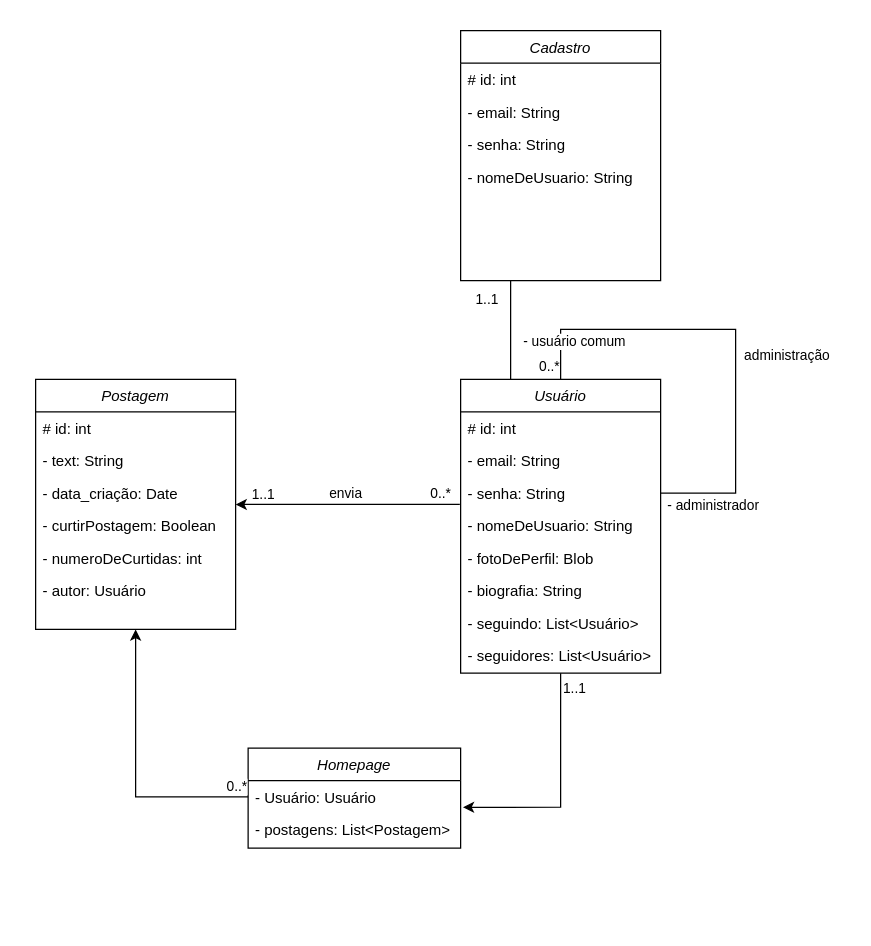
This is misc/diagramas/Diagrama de Classe/Diagrama de Classe.drawio from VerbalThree/OpenVoice, a draw.io file, before an edit. Source tidied: cells renumbered, new cells numbered last; positions are measured from the earlier drawing's top-left corner, leaving out a move shared by most shapes. Both pictures are drawn from the tidied source at 125%, with x=0, y=0 at pixel (35, 30).
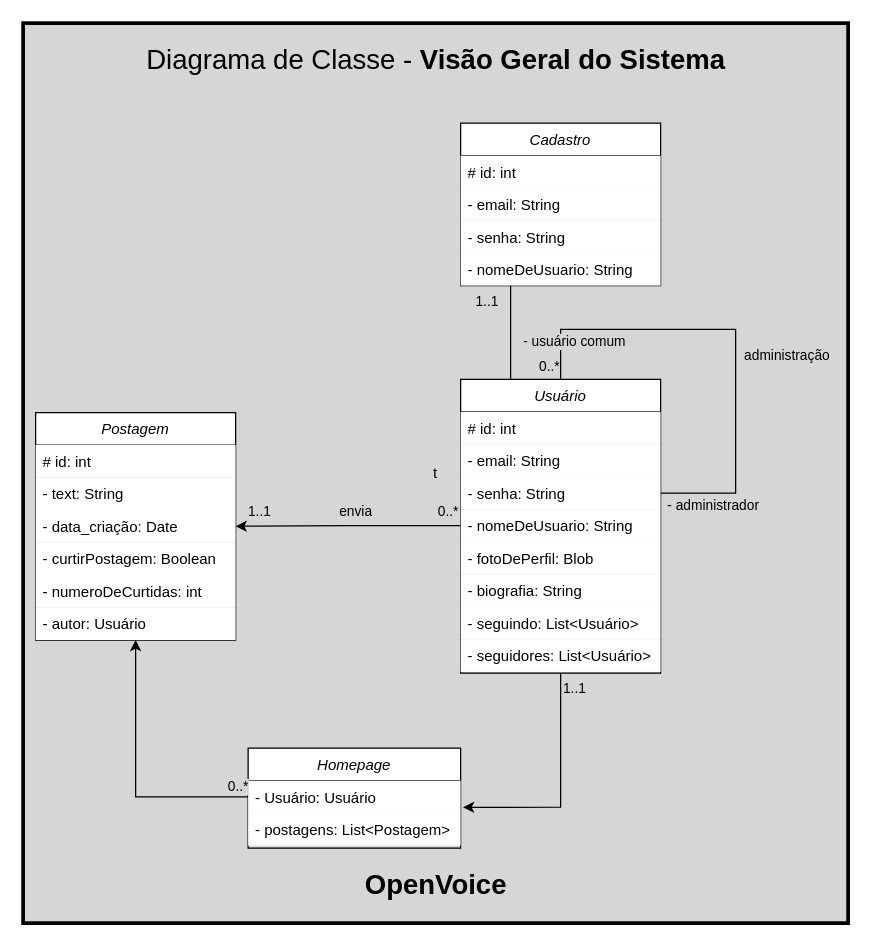
The same diagram, later.

The change refers to these unchanged cells:
```xml
<mxCell id="2" value="Usuário" style="swimlane;fontStyle=2;align=center;verticalAlign=top;horizontal=1;startSize=26;rounded=0;shadow=0;strokeWidth=1;" parent="1" vertex="1">
  <mxGeometry x="340" y="279" width="160" height="235" as="geometry" />
</mxCell>
<mxCell id="6" style="endArrow=none;html=1;rounded=0;exitX=1;exitY=0.5;exitDx=0;exitDy=0;entryX=0.5;entryY=0;entryDx=0;entryDy=0;" parent="2" edge="1" source="5" target="2">
  <mxGeometry relative="1" as="geometry">
    <Array as="points">
      <mxPoint x="220" y="91" />
      <mxPoint x="220" y="-40" />
      <mxPoint x="80" y="-40" />
    </Array>
  </mxGeometry>
</mxCell>
<mxCell id="31" style="endArrow=none;html=1;rounded=0;entryX=0.25;entryY=1;entryDx=0;entryDy=0;exitX=0.25;exitY=0;exitDx=0;exitDy=0;" parent="1" edge="1" source="2" target="26">
  <mxGeometry relative="1" as="geometry" />
</mxCell>
<mxCell id="34" value="Homepage" style="swimlane;fontStyle=2;align=center;verticalAlign=top;horizontal=1;startSize=26;rounded=0;shadow=0;strokeWidth=1;" parent="1" vertex="1">
  <mxGeometry x="170" y="574" width="170" height="80" as="geometry" />
</mxCell>
<mxCell id="37" style="edgeStyle=orthogonalEdgeStyle;rounded=0;jettySize=auto;html=1;entryX=1.011;entryY=0.82;entryDx=0;entryDy=0;entryPerimeter=0;" parent="1" edge="1" source="2" target="35">
  <mxGeometry relative="1" as="geometry" />
</mxCell>
<mxCell id="39" style="edgeStyle=orthogonalEdgeStyle;rounded=0;jettySize=auto;html=1;entryX=0.5;entryY=1;entryDx=0;entryDy=0;" parent="1" edge="1" source="35" target="15">
  <mxGeometry relative="1" as="geometry" />
</mxCell>
```

The edit, as a diff of the source:
```diff
@@
+    <mxCell id="41" value="t" style="rounded=0;whiteSpace=wrap;html=1;font-weight:bold;strokeWidth=3;perimeterSpacing=0;fillColor=#D6D6D6;fillStyle=solid;" parent="1" vertex="1">
+      <mxGeometry x="-10" y="-6" width="660" height="720" as="geometry" />
+    </mxCell>
@@
-    <mxCell id="3" value="# id: int" style="text;align=left;verticalAlign=top;spacingLeft=4;spacingRight=4;overflow=hidden;" parent="2" vertex="1">
+    <mxCell id="3" value="# id: int" style="text;align=left;verticalAlign=top;spacingLeft=4;spacingRight=4;overflow=hidden;fillColor=default;" parent="2" vertex="1">
       <mxGeometry y="26" width="160" height="26" as="geometry" />
     </mxCell>
-    <mxCell id="4" value="- email: String" style="text;align=left;verticalAlign=top;spacingLeft=4;spacingRight=4;overflow=hidden;rounded=0;shadow=0;html=0;" parent="2" vertex="1">
+    <mxCell id="4" value="- email: String" style="text;align=left;verticalAlign=top;spacingLeft=4;spacingRight=4;overflow=hidden;rounded=0;shadow=0;html=0;fillColor=default;" parent="2" vertex="1">
       <mxGeometry y="52" width="160" height="26" as="geometry" />
     </mxCell>
-    <mxCell id="5" value="- senha: String" style="text;align=left;verticalAlign=top;spacingLeft=4;spacingRight=4;overflow=hidden;points=[[0,0.5],[1,0.5]];portConstraint=eastwest;rounded=0;shadow=0;html=0;" parent="2" vertex="1">
+    <mxCell id="5" value="- senha: String" style="text;align=left;verticalAlign=top;spacingLeft=4;spacingRight=4;overflow=hidden;points=[[0,0.5],[1,0.5]];portConstraint=eastwest;rounded=0;shadow=0;html=0;fillColor=default;" parent="2" vertex="1">
       <mxGeometry y="78" width="160" height="26" as="geometry" />
     </mxCell>
@@
-    <mxCell id="7" value="administração" style="edgeLabel;html=1;align=center;verticalAlign=middle;" parent="6" vertex="1">
+    <mxCell id="7" value="administração" style="edgeLabel;html=1;align=center;verticalAlign=middle;labelBackgroundColor=#d6d6d6;" parent="6" vertex="1">
       <mxGeometry x="-0.16" relative="1" as="geometry">
         <mxPoint x="40" y="-15" as="offset" />
       </mxGeometry>
     </mxCell>
-    <mxCell id="8" value="- administrador" style="edgeLabel;html=1;align=center;verticalAlign=middle;" parent="6" vertex="1">
+    <mxCell id="8" value="- administrador" style="edgeLabel;html=1;align=center;verticalAlign=middle;labelBackgroundColor=#d6d6d6;" parent="6" vertex="1">
       <mxGeometry x="-0.92" relative="1" as="geometry">
         <mxPoint x="26" y="9" as="offset" />
       </mxGeometry>
     </mxCell>
-    <mxCell id="9" value="- usuário comum" style="edgeLabel;html=1;align=center;verticalAlign=middle;" parent="6" vertex="1">
+    <mxCell id="9" value="- usuário comum" style="edgeLabel;html=1;align=center;verticalAlign=middle;labelBackgroundColor=#d6d6d6;" parent="6" vertex="1">
       <mxGeometry x="0.87" y="-1" relative="1" as="geometry">
         <mxPoint x="11" y="-7" as="offset" />
       </mxGeometry>
     </mxCell>
-    <mxCell id="10" value="0..*" style="edgeLabel;html=1;align=center;verticalAlign=middle;" parent="6" vertex="1">
+    <mxCell id="10" value="0..*" style="edgeLabel;html=1;align=center;verticalAlign=middle;labelBackgroundColor=#d6d6d6;" parent="6" vertex="1">
       <mxGeometry x="0.94" y="1" relative="1" as="geometry">
         <mxPoint x="-11" as="offset" />
       </mxGeometry>
     </mxCell>
-    <mxCell id="11" value="- nomeDeUsuario: String" style="text;align=left;verticalAlign=top;spacingLeft=4;spacingRight=4;overflow=hidden;points=[[0,0.5],[1,0.5]];portConstraint=eastwest;rounded=0;shadow=0;html=0;" parent="2" vertex="1">
+    <mxCell id="11" value="- nomeDeUsuario: String" style="text;align=left;verticalAlign=top;spacingLeft=4;spacingRight=4;overflow=hidden;points=[[0,0.5],[1,0.5]];portConstraint=eastwest;rounded=0;shadow=0;html=0;fillColor=default;" parent="2" vertex="1">
       <mxGeometry y="104" width="160" height="26" as="geometry" />
     </mxCell>
-    <mxCell id="12" value="- fotoDePerfil: Blob" style="text;align=left;verticalAlign=top;spacingLeft=4;spacingRight=4;overflow=hidden;rounded=0;shadow=0;html=0;" parent="2" vertex="1">
+    <mxCell id="12" value="- fotoDePerfil: Blob" style="text;align=left;verticalAlign=top;spacingLeft=4;spacingRight=4;overflow=hidden;rounded=0;shadow=0;html=0;fillColor=default;" parent="2" vertex="1">
       <mxGeometry y="130" width="160" height="26" as="geometry" />
     </mxCell>
-    <mxCell id="13" value="- biografia: String" style="text;align=left;verticalAlign=top;spacingLeft=4;spacingRight=4;overflow=hidden;rounded=0;shadow=0;html=0;" parent="2" vertex="1">
+    <mxCell id="13" value="- biografia: String" style="text;align=left;verticalAlign=top;spacingLeft=4;spacingRight=4;overflow=hidden;rounded=0;shadow=0;html=0;fillColor=default;" parent="2" vertex="1">
       <mxGeometry y="156" width="160" height="26" as="geometry" />
     </mxCell>
-    <mxCell id="14" value="- seguindo: List&lt;Usuário&gt;" style="text;align=left;verticalAlign=top;spacingLeft=4;spacingRight=4;overflow=hidden;rounded=0;shadow=0;html=0;" parent="2" vertex="1">
+    <mxCell id="14" value="- seguindo: List&lt;Usuário&gt;" style="text;align=left;verticalAlign=top;spacingLeft=4;spacingRight=4;overflow=hidden;rounded=0;shadow=0;html=0;fillColor=default;" parent="2" vertex="1">
       <mxGeometry y="182" width="160" height="26" as="geometry" />
     </mxCell>
-    <mxCell id="15" value="Postagem" style="swimlane;fontStyle=2;align=center;verticalAlign=top;horizontal=1;startSize=26;rounded=0;shadow=0;strokeWidth=1;" parent="1" vertex="1">
-      <mxGeometry y="279" width="160" height="200" as="geometry" />
+    <mxCell id="15" value="Postagem" style="swimlane;fontStyle=2;align=center;verticalAlign=top;horizontal=1;startSize=26;rounded=0;shadow=0;strokeWidth=1;fillColor=default;" parent="1" vertex="1">
+      <mxGeometry y="305.5" width="160" height="182" as="geometry" />
     </mxCell>
-    <mxCell id="16" value="# id: int" style="text;align=left;verticalAlign=top;spacingLeft=4;spacingRight=4;overflow=hidden;" parent="15" vertex="1">
+    <mxCell id="16" value="# id: int" style="text;align=left;verticalAlign=top;spacingLeft=4;spacingRight=4;overflow=hidden;fillColor=default;strokeWidth=1;perimeterSpacing=0;" parent="15" vertex="1">
       <mxGeometry y="26" width="160" height="26" as="geometry" />
     </mxCell>
-    <mxCell id="17" value="- text: String" style="text;align=left;verticalAlign=top;spacingLeft=4;spacingRight=4;overflow=hidden;rounded=0;shadow=0;html=0;" parent="15" vertex="1">
+    <mxCell id="17" value="- text: String" style="text;align=left;verticalAlign=top;spacingLeft=4;spacingRight=4;overflow=hidden;rounded=0;shadow=0;html=0;fillColor=default;" parent="15" vertex="1">
       <mxGeometry y="52" width="160" height="26" as="geometry" />
     </mxCell>
-    <mxCell id="18" value="- data_criação: Date" style="text;align=left;verticalAlign=top;spacingLeft=4;spacingRight=4;overflow=hidden;rounded=0;shadow=0;html=0;" parent="15" vertex="1">
+    <mxCell id="18" value="- data_criação: Date" style="text;align=left;verticalAlign=top;spacingLeft=4;spacingRight=4;overflow=hidden;rounded=0;shadow=0;html=0;fillColor=default;" parent="15" vertex="1">
       <mxGeometry y="78" width="160" height="26" as="geometry" />
     </mxCell>
-    <mxCell id="19" value="- curtirPostagem: Boolean" style="text;align=left;verticalAlign=top;spacingLeft=4;spacingRight=4;overflow=hidden;rounded=0;shadow=0;html=0;" parent="15" vertex="1">
+    <mxCell id="19" value="- curtirPostagem: Boolean" style="text;align=left;verticalAlign=top;spacingLeft=4;spacingRight=4;overflow=hidden;rounded=0;shadow=0;html=0;fillColor=default;" parent="15" vertex="1">
       <mxGeometry y="104" width="160" height="26" as="geometry" />
     </mxCell>
-    <mxCell id="20" value="- numeroDeCurtidas: int" style="text;align=left;verticalAlign=top;spacingLeft=4;spacingRight=4;overflow=hidden;rounded=0;shadow=0;html=0;" parent="15" vertex="1">
+    <mxCell id="20" value="- numeroDeCurtidas: int" style="text;align=left;verticalAlign=top;spacingLeft=4;spacingRight=4;overflow=hidden;rounded=0;shadow=0;html=0;fillColor=default;" parent="15" vertex="1">
       <mxGeometry y="130" width="160" height="26" as="geometry" />
     </mxCell>
-    <mxCell id="21" value="- autor: Usuário" style="text;align=left;verticalAlign=top;spacingLeft=4;spacingRight=4;overflow=hidden;rounded=0;shadow=0;html=0;" parent="15" vertex="1">
+    <mxCell id="21" value="- autor: Usuário" style="text;align=left;verticalAlign=top;spacingLeft=4;spacingRight=4;overflow=hidden;rounded=0;shadow=0;html=0;fillColor=default;" parent="15" vertex="1">
       <mxGeometry y="156" width="160" height="26" as="geometry" />
     </mxCell>
-    <mxCell id="22" style="edgeStyle=orthogonalEdgeStyle;rounded=0;jettySize=auto;html=1;entryX=-0.004;entryY=0.848;entryDx=0;entryDy=0;entryPerimeter=0;startArrow=classic;startFill=1;endArrow=none;endFill=0;" parent="1" edge="1" source="15" target="5">
-      <mxGeometry relative="1" as="geometry" />
-    </mxCell>
-    <mxCell id="23" value="1..1" style="edgeLabel;html=1;align=center;verticalAlign=middle;" parent="22" vertex="1">
-      <mxGeometry x="-0.69" y="1" relative="1" as="geometry">
-        <mxPoint x="-7" y="-8" as="offset" />
-      </mxGeometry>
-    </mxCell>
-    <mxCell id="24" value="0..*" style="edgeLabel;html=1;align=center;verticalAlign=middle;" parent="22" vertex="1">
-      <mxGeometry x="0.78" y="1" relative="1" as="geometry">
-        <mxPoint x="3" y="-9" as="offset" />
-      </mxGeometry>
-    </mxCell>
-    <mxCell id="25" value="envia" style="edgeLabel;html=1;align=center;verticalAlign=middle;" parent="22" vertex="1">
-      <mxGeometry x="-0.03" relative="1" as="geometry">
-        <mxPoint y="-10" as="offset" />
-      </mxGeometry>
-    </mxCell>
     <mxCell id="26" value="Cadastro" style="swimlane;fontStyle=2;align=center;verticalAlign=top;horizontal=1;startSize=26;rounded=0;shadow=0;strokeWidth=1;" parent="1" vertex="1">
-      <mxGeometry x="340" width="160" height="200" as="geometry" />
+      <mxGeometry x="340" y="74" width="160" height="130" as="geometry" />
     </mxCell>
-    <mxCell id="27" value="# id: int" style="text;align=left;verticalAlign=top;spacingLeft=4;spacingRight=4;overflow=hidden;" parent="26" vertex="1">
+    <mxCell id="27" value="# id: int" style="text;align=left;verticalAlign=top;spacingLeft=4;spacingRight=4;overflow=hidden;fillColor=default;" parent="26" vertex="1">
       <mxGeometry y="26" width="160" height="26" as="geometry" />
     </mxCell>
-    <mxCell id="28" value="- email: String" style="text;align=left;verticalAlign=top;spacingLeft=4;spacingRight=4;overflow=hidden;rounded=0;shadow=0;html=0;" parent="26" vertex="1">
+    <mxCell id="28" value="- email: String" style="text;align=left;verticalAlign=top;spacingLeft=4;spacingRight=4;overflow=hidden;rounded=0;shadow=0;html=0;fillColor=default;" parent="26" vertex="1">
       <mxGeometry y="52" width="160" height="26" as="geometry" />
     </mxCell>
-    <mxCell id="29" value="- senha: String" style="text;align=left;verticalAlign=top;spacingLeft=4;spacingRight=4;overflow=hidden;rounded=0;shadow=0;html=0;" parent="26" vertex="1">
+    <mxCell id="29" value="- senha: String" style="text;align=left;verticalAlign=top;spacingLeft=4;spacingRight=4;overflow=hidden;rounded=0;shadow=0;html=0;fillColor=default;" parent="26" vertex="1">
       <mxGeometry y="78" width="160" height="26" as="geometry" />
     </mxCell>
-    <mxCell id="30" value="- nomeDeUsuario: String" style="text;align=left;verticalAlign=top;spacingLeft=4;spacingRight=4;overflow=hidden;rounded=0;shadow=0;html=0;" parent="26" vertex="1">
+    <mxCell id="30" value="- nomeDeUsuario: String" style="text;align=left;verticalAlign=top;spacingLeft=4;spacingRight=4;overflow=hidden;rounded=0;shadow=0;html=0;fillColor=default;" parent="26" vertex="1">
       <mxGeometry y="104" width="160" height="26" as="geometry" />
     </mxCell>
@@
-    <mxCell id="32" value="1..1" style="edgeLabel;html=1;align=center;verticalAlign=middle;" parent="31" vertex="1">
+    <mxCell id="32" value="1..1" style="edgeLabel;html=1;align=center;verticalAlign=middle;labelBackgroundColor=#d6d6d6;" parent="31" vertex="1">
       <mxGeometry x="0.35" relative="1" as="geometry">
         <mxPoint x="-20" y="-12" as="offset" />
       </mxGeometry>
     </mxCell>
-    <mxCell id="33" value="- seguidores: List&lt;Usuário&gt;" style="text;align=left;verticalAlign=top;spacingLeft=4;spacingRight=4;overflow=hidden;rounded=0;shadow=0;html=0;" parent="1" vertex="1">
+    <mxCell id="33" value="- seguidores: List&lt;Usuário&gt;" style="text;align=left;verticalAlign=top;spacingLeft=4;spacingRight=4;overflow=hidden;rounded=0;shadow=0;html=0;fillColor=default;" parent="1" vertex="1">
       <mxGeometry x="340" y="487" width="160" height="26" as="geometry" />
     </mxCell>
@@
-    <mxCell id="35" value="- Usuário: Usuário" style="text;align=left;verticalAlign=top;spacingLeft=4;spacingRight=4;overflow=hidden;points=[[0,0.5],[1,0.5]];portConstraint=eastwest;" parent="34" vertex="1">
+    <mxCell id="35" value="- Usuário: Usuário" style="text;align=left;verticalAlign=top;spacingLeft=4;spacingRight=4;overflow=hidden;points=[[0,0.5],[1,0.5]];portConstraint=eastwest;fillColor=default;" parent="34" vertex="1">
       <mxGeometry y="26" width="170" height="26" as="geometry" />
     </mxCell>
-    <mxCell id="36" value="- postagens: List&lt;Postagem&gt;" style="text;align=left;verticalAlign=top;spacingLeft=4;spacingRight=4;overflow=hidden;" parent="34" vertex="1">
+    <mxCell id="36" value="- postagens: List&lt;Postagem&gt;" style="text;align=left;verticalAlign=top;spacingLeft=4;spacingRight=4;overflow=hidden;fillColor=default;" parent="34" vertex="1">
       <mxGeometry y="52" width="170" height="26" as="geometry" />
     </mxCell>
@@
-    <mxCell id="38" value="1..1" style="edgeLabel;html=1;align=center;verticalAlign=middle;" parent="37" vertex="1">
+    <mxCell id="38" value="1..1" style="edgeLabel;html=1;align=center;verticalAlign=middle;labelBackgroundColor=#d6d6d6;" parent="37" vertex="1">
       <mxGeometry x="-0.69" relative="1" as="geometry">
         <mxPoint x="10" y="-18" as="offset" />
       </mxGeometry>
     </mxCell>
@@
-    <mxCell id="40" value="0..*" style="edgeLabel;html=1;align=center;verticalAlign=middle;" parent="39" vertex="1">
+    <mxCell id="40" value="0..*" style="edgeLabel;html=1;align=center;verticalAlign=middle;labelBackgroundColor=#d6d6d6;" parent="39" vertex="1">
       <mxGeometry x="-0.87" relative="1" as="geometry">
         <mxPoint x="5" y="-9" as="offset" />
       </mxGeometry>
     </mxCell>
+    <mxCell id="42" style="edgeStyle=orthogonalEdgeStyle;rounded=0;jettySize=auto;html=1;exitX=0;exitY=0.5;exitDx=0;exitDy=0;entryX=1;entryY=0.5;entryDx=0;entryDy=0;" parent="1" edge="1" source="11" target="15">
+      <mxGeometry relative="1" as="geometry" />
+    </mxCell>
+    <mxCell id="25" value="envia" style="edgeLabel;html=1;align=center;verticalAlign=middle;labelBackgroundColor=#d6d6d6;" parent="42" vertex="1">
+      <mxGeometry x="-0.03" relative="1" as="geometry">
+        <mxPoint x="3" y="-12" as="offset" />
+      </mxGeometry>
+    </mxCell>
+    <mxCell id="24" value="0..*" style="edgeLabel;html=1;align=center;verticalAlign=middle;labelBackgroundColor=#d6d6d6;" parent="42" vertex="1">
+      <mxGeometry x="-0.85" y="1" relative="1" as="geometry">
+        <mxPoint x="3" y="-13" as="offset" />
+      </mxGeometry>
+    </mxCell>
+    <mxCell id="23" value="1..1" style="edgeLabel;html=1;align=center;verticalAlign=middle;labelBackgroundColor=#d6d6d6;" parent="42" vertex="1">
+      <mxGeometry x="0.8" y="2" relative="1" as="geometry">
+        <mxPoint y="-14" as="offset" />
+      </mxGeometry>
+    </mxCell>
+    <mxCell id="43" value="&lt;font style=&quot;font-size: 22px;&quot;&gt;Diagrama de Classe - &lt;b&gt;Visão Geral do Sistema&lt;br&gt;&lt;/b&gt;&lt;/font&gt;" style="text;html=1;align=center;verticalAlign=middle;strokeColor=none;fillColor=none;" parent="1" vertex="1">
+      <mxGeometry x="75" y="4" width="490" height="40" as="geometry" />
+    </mxCell>
+    <mxCell id="44" value="&lt;b&gt;&lt;font style=&quot;font-size: 22px;&quot;&gt;OpenVoice&lt;/font&gt;&lt;/b&gt;" style="text;html=1;align=center;verticalAlign=middle;strokeColor=none;fillColor=none;" parent="1" vertex="1">
+      <mxGeometry x="250" y="664" width="140" height="40" as="geometry" />
+    </mxCell>
```
